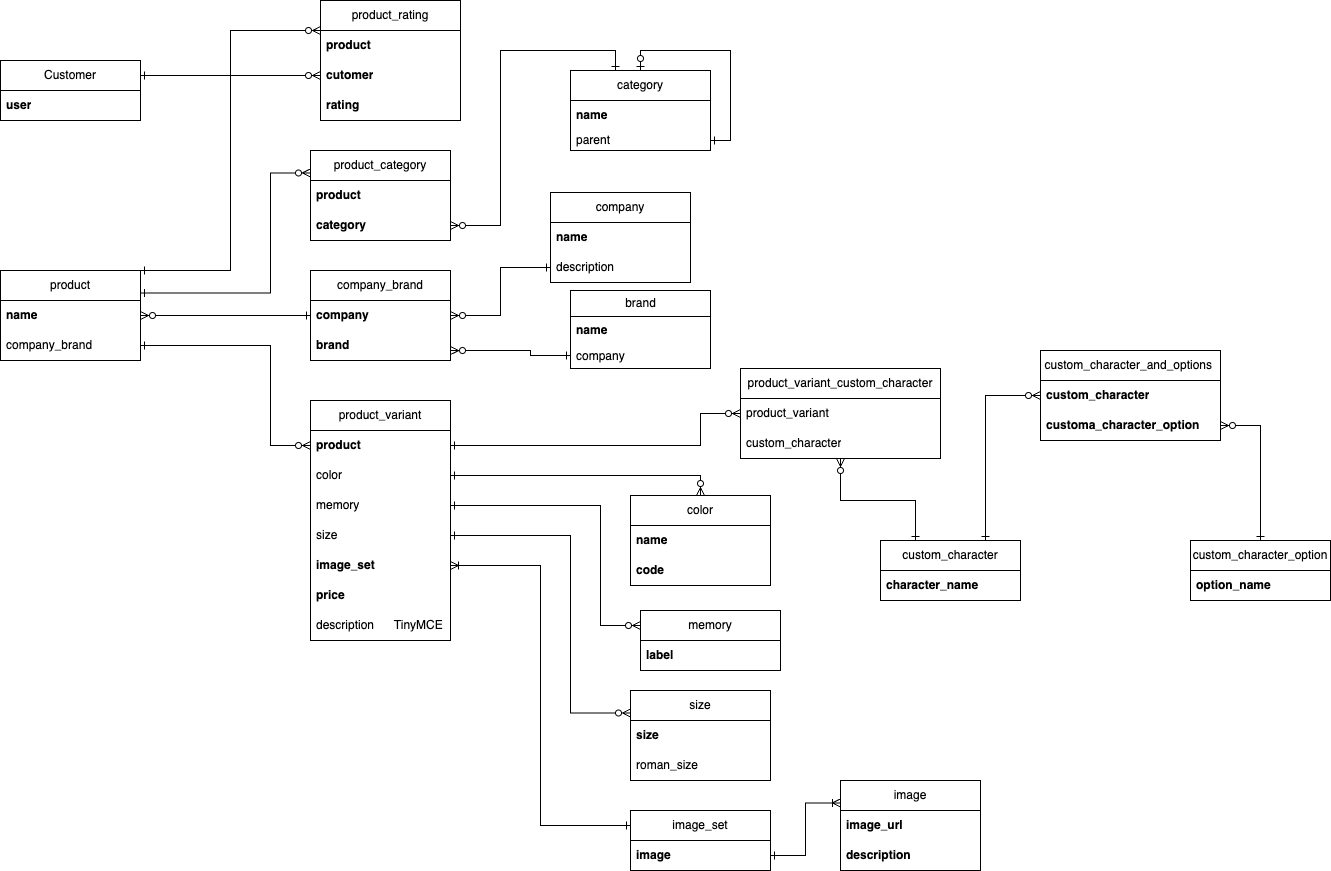
abror2142/my-site keeps this draw.io diagram as eCommerce.drawio.png. Above is the earlier version. Source tidied: cells renumbered, new cells last; positions are measured from the earlier drawing's top-left corner, leaving out a move shared by most shapes.
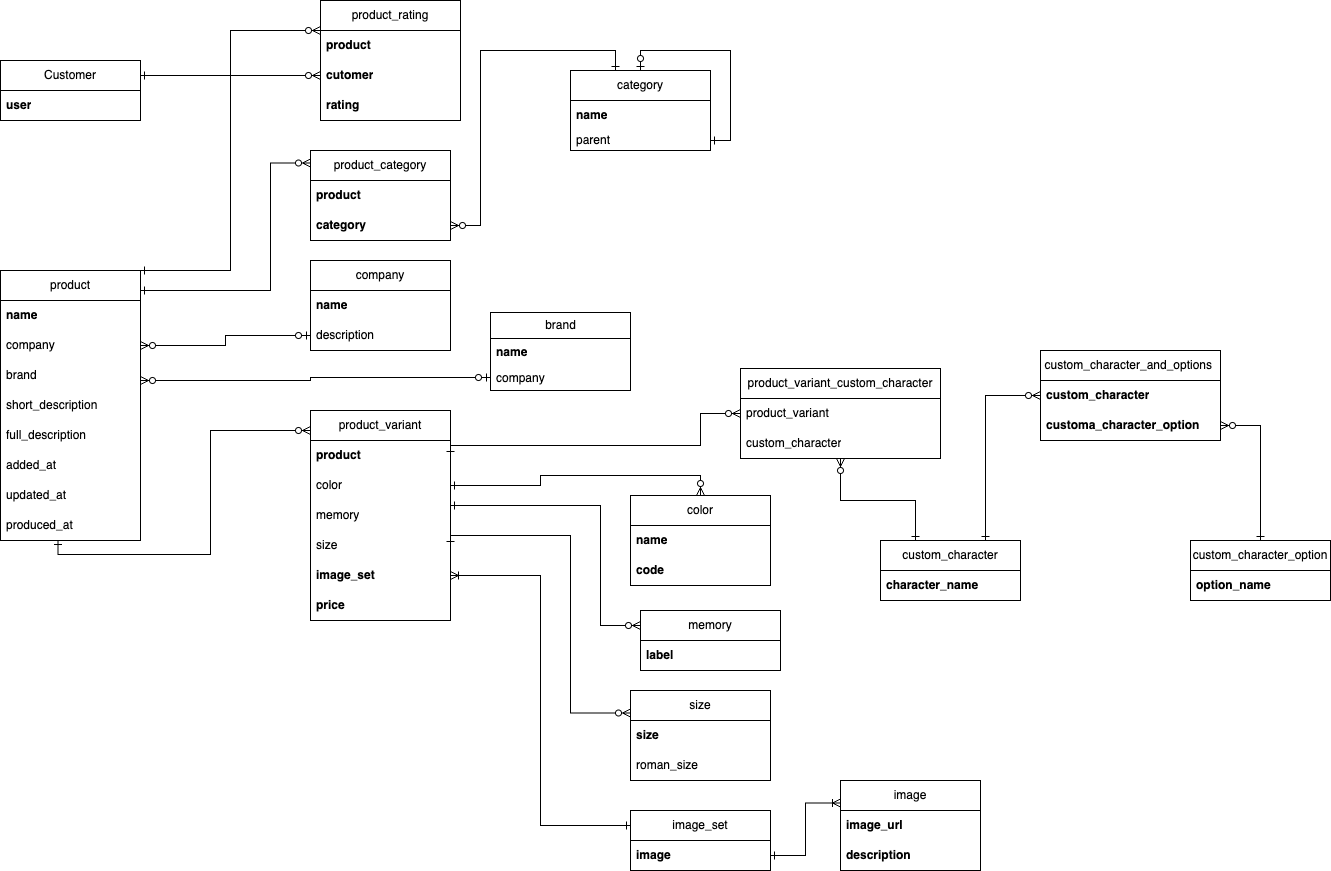
Above is the later version.

What changed in the source:
```diff
@@ -3,13 +3,31 @@
     <mxCell id="0" />
     <mxCell id="1" parent="0" />
     <mxCell id="2" value="p&lt;span style=&quot;background-color: initial;&quot;&gt;roduct&lt;/span&gt;" style="swimlane;fontStyle=0;horizontal=1;startSize=30;whiteSpace=wrap;html=1;" parent="1" vertex="1">
-      <mxGeometry y="270" width="140" height="90" as="geometry" />
+      <mxGeometry y="270" width="140" height="270" as="geometry" />
     </mxCell>
     <mxCell id="3" value="&lt;b&gt;name&lt;/b&gt;" style="text;strokeColor=none;fillColor=none;align=left;verticalAlign=middle;spacingLeft=4;spacingRight=4;overflow=hidden;points=[[0,0.5],[1,0.5]];portConstraint=eastwest;whiteSpace=wrap;html=1;" parent="2" vertex="1">
       <mxGeometry y="30" width="140" height="30" as="geometry" />
     </mxCell>
+    <mxCell id="45" value="company" style="text;strokeColor=none;fillColor=none;align=left;verticalAlign=middle;spacingLeft=4;spacingRight=4;overflow=hidden;points=[[0,0.5],[1,0.5]];portConstraint=eastwest;whiteSpace=wrap;html=1;" parent="2" vertex="1">
+      <mxGeometry y="60" width="140" height="30" as="geometry" />
+    </mxCell>
+    <mxCell id="46" value="brand" style="text;strokeColor=none;fillColor=none;align=left;verticalAlign=middle;spacingLeft=4;spacingRight=4;overflow=hidden;whiteSpace=wrap;html=1;" parent="2" vertex="1">
+      <mxGeometry y="90" width="140" height="30" as="geometry" />
+    </mxCell>
+    <mxCell id="75" value="short_description" style="text;strokeColor=none;fillColor=none;align=left;verticalAlign=middle;spacingLeft=4;spacingRight=4;overflow=hidden;whiteSpace=wrap;html=1;" parent="2" vertex="1">
+      <mxGeometry y="120" width="140" height="30" as="geometry" />
+    </mxCell>
+    <mxCell id="76" value="full_description" style="text;strokeColor=none;fillColor=none;align=left;verticalAlign=middle;spacingLeft=4;spacingRight=4;overflow=hidden;whiteSpace=wrap;html=1;" parent="2" vertex="1">
+      <mxGeometry y="150" width="140" height="30" as="geometry" />
+    </mxCell>
+    <mxCell id="77" value="added_at" style="text;strokeColor=none;fillColor=none;align=left;verticalAlign=middle;spacingLeft=4;spacingRight=4;overflow=hidden;whiteSpace=wrap;html=1;" parent="2" vertex="1">
+      <mxGeometry y="180" width="140" height="30" as="geometry" />
+    </mxCell>
+    <mxCell id="78" value="updated_at" style="text;strokeColor=none;fillColor=none;align=left;verticalAlign=middle;spacingLeft=4;spacingRight=4;overflow=hidden;whiteSpace=wrap;html=1;" parent="2" vertex="1">
+      <mxGeometry y="210" width="140" height="30" as="geometry" />
+    </mxCell>
-    <mxCell id="4" value="company_brand" style="text;strokeColor=none;fillColor=none;align=left;verticalAlign=middle;spacingLeft=4;spacingRight=4;overflow=hidden;points=[[0,0.5],[1,0.5]];portConstraint=eastwest;whiteSpace=wrap;html=1;" parent="2" vertex="1">
-      <mxGeometry y="60" width="140" height="30" as="geometry" />
+    <mxCell id="4" value="produced_at" style="text;strokeColor=none;fillColor=none;align=left;verticalAlign=middle;spacingLeft=4;spacingRight=4;overflow=hidden;points=[[0,0.5],[1,0.5]];portConstraint=eastwest;whiteSpace=wrap;html=1;" parent="2" vertex="1">
+      <mxGeometry y="240" width="140" height="30" as="geometry" />
     </mxCell>
     <mxCell id="5" value="memory" style="swimlane;fontStyle=0;horizontal=1;startSize=30;whiteSpace=wrap;html=1;" parent="1" vertex="1">
       <mxGeometry x="640" y="610" width="140" height="60" as="geometry" />
@@ -18,7 +36,7 @@
       <mxGeometry y="30" width="140" height="30" as="geometry" />
     </mxCell>
     <mxCell id="7" value="company" style="swimlane;fontStyle=0;horizontal=1;startSize=30;whiteSpace=wrap;html=1;" parent="1" vertex="1">
-      <mxGeometry x="550" y="192" width="140" height="90" as="geometry" />
+      <mxGeometry x="310" y="260" width="140" height="90" as="geometry" />
     </mxCell>
     <mxCell id="8" value="&lt;b&gt;name&lt;/b&gt;" style="text;strokeColor=none;fillColor=none;align=left;verticalAlign=middle;spacingLeft=4;spacingRight=4;overflow=hidden;whiteSpace=wrap;html=1;" parent="7" vertex="1">
       <mxGeometry y="30" width="140" height="30" as="geometry" />
@@ -27,7 +45,7 @@
       <mxGeometry y="60" width="140" height="30" as="geometry" />
     </mxCell>
     <mxCell id="10" value="brand" style="swimlane;fontStyle=0;horizontal=1;startSize=26;fillColor=none;html=1;" parent="1" vertex="1">
-      <mxGeometry x="570" y="290" width="140" height="78" as="geometry" />
+      <mxGeometry x="490" y="312" width="140" height="78" as="geometry" />
     </mxCell>
     <mxCell id="11" value="&lt;b&gt;name&lt;/b&gt;" style="text;strokeColor=none;fillColor=none;align=left;verticalAlign=top;spacingLeft=4;spacingRight=4;overflow=hidden;whiteSpace=wrap;html=1;" parent="10" vertex="1">
       <mxGeometry y="26" width="140" height="26" as="geometry" />
@@ -60,7 +78,7 @@
       <mxGeometry y="60" width="140" height="30" as="geometry" />
     </mxCell>
     <mxCell id="21" value="product_variant" style="swimlane;fontStyle=0;horizontal=1;startSize=30;whiteSpace=wrap;html=1;" parent="1" vertex="1">
-      <mxGeometry x="310" y="400" width="140" height="240" as="geometry" />
+      <mxGeometry x="310" y="410" width="140" height="210" as="geometry" />
     </mxCell>
     <mxCell id="22" value="&lt;b&gt;product&lt;/b&gt;" style="text;strokeColor=none;fillColor=none;align=left;verticalAlign=middle;spacingLeft=4;spacingRight=4;overflow=hidden;points=[[0,0.5],[1,0.5]];portConstraint=eastwest;whiteSpace=wrap;html=1;" parent="21" vertex="1">
       <mxGeometry y="30" width="140" height="30" as="geometry" />
@@ -80,9 +98,6 @@
     <mxCell id="27" value="&lt;b&gt;price&lt;/b&gt;" style="text;strokeColor=none;fillColor=none;align=left;verticalAlign=middle;spacingLeft=4;spacingRight=4;overflow=hidden;whiteSpace=wrap;html=1;" parent="21" vertex="1">
       <mxGeometry y="180" width="140" height="30" as="geometry" />
     </mxCell>
-    <mxCell id="28" value="description&amp;nbsp; &amp;nbsp; &amp;nbsp; TinyMCE" style="text;strokeColor=none;fillColor=none;align=left;verticalAlign=middle;spacingLeft=4;spacingRight=4;overflow=hidden;whiteSpace=wrap;html=1;" parent="21" vertex="1">
-      <mxGeometry y="210" width="140" height="30" as="geometry" />
-    </mxCell>
     <mxCell id="29" value="product_variant_custom_character" style="swimlane;fontStyle=0;horizontal=1;startSize=30;whiteSpace=wrap;html=1;" parent="1" vertex="1">
       <mxGeometry x="740" y="368" width="200" height="90" as="geometry" />
     </mxCell>
@@ -152,40 +167,26 @@
         </Array>
       </mxGeometry>
     </mxCell>
-    <mxCell id="44" value="company_brand" style="swimlane;fontStyle=0;horizontal=1;startSize=30;whiteSpace=wrap;html=1;" parent="1" vertex="1">
-      <mxGeometry x="310" y="270" width="140" height="90" as="geometry" />
-    </mxCell>
-    <mxCell id="45" value="&lt;b&gt;company&lt;/b&gt;" style="text;strokeColor=none;fillColor=none;align=left;verticalAlign=middle;spacingLeft=4;spacingRight=4;overflow=hidden;points=[[0,0.5],[1,0.5]];portConstraint=eastwest;whiteSpace=wrap;html=1;" parent="44" vertex="1">
-      <mxGeometry y="30" width="140" height="30" as="geometry" />
-    </mxCell>
-    <mxCell id="46" value="&lt;b&gt;brand&lt;/b&gt;" style="text;strokeColor=none;fillColor=none;align=left;verticalAlign=middle;spacingLeft=4;spacingRight=4;overflow=hidden;whiteSpace=wrap;html=1;" parent="44" vertex="1">
-      <mxGeometry y="60" width="140" height="30" as="geometry" />
-    </mxCell>
-    <mxCell id="47" style="edgeStyle=orthogonalEdgeStyle;rounded=0;jettySize=auto;html=1;entryX=0;entryY=0.5;entryDx=0;entryDy=0;endArrow=ERone;endFill=0;startArrow=ERzeroToMany;startFill=0;" parent="1" edge="1" source="45" target="9">
+    <mxCell id="47" style="edgeStyle=orthogonalEdgeStyle;rounded=0;jettySize=auto;html=1;entryX=0;entryY=0.5;entryDx=0;entryDy=0;endArrow=ERzeroToOne;endFill=0;startArrow=ERzeroToMany;startFill=0;" parent="1" edge="1" source="45" target="9">
       <mxGeometry relative="1" as="geometry" />
     </mxCell>
-    <mxCell id="48" style="edgeStyle=orthogonalEdgeStyle;rounded=0;jettySize=auto;html=1;endArrow=ERone;endFill=0;startArrow=ERzeroToMany;startFill=0;entryX=0;entryY=0.5;entryDx=0;entryDy=0;" parent="1" edge="1" target="12">
+    <mxCell id="48" style="edgeStyle=orthogonalEdgeStyle;rounded=0;jettySize=auto;html=1;endArrow=ERzeroToOne;endFill=0;startArrow=ERzeroToMany;startFill=0;entryX=0;entryY=0.5;entryDx=0;entryDy=0;" parent="1" edge="1" target="12">
       <mxGeometry relative="1" as="geometry">
-        <mxPoint x="450" y="350" as="sourcePoint" />
+        <mxPoint x="140" y="380" as="sourcePoint" />
         <Array as="points">
-          <mxPoint x="530" y="350" />
-          <mxPoint x="530" y="355" />
+          <mxPoint x="310" y="380" />
+          <mxPoint x="310" y="377" />
         </Array>
       </mxGeometry>
     </mxCell>
-    <mxCell id="49" style="edgeStyle=orthogonalEdgeStyle;rounded=0;jettySize=auto;html=1;startArrow=ERzeroToMany;startFill=0;endArrow=ERone;endFill=0;entryX=0;entryY=0.5;entryDx=0;entryDy=0;exitX=1;exitY=0.5;exitDx=0;exitDy=0;" parent="1" edge="1" source="3" target="45">
-      <mxGeometry relative="1" as="geometry">
-        <Array as="points">
-          <mxPoint x="200" y="315" />
-          <mxPoint x="200" y="315" />
-        </Array>
-      </mxGeometry>
-    </mxCell>
-    <mxCell id="50" style="edgeStyle=orthogonalEdgeStyle;rounded=0;jettySize=auto;html=1;entryX=1;entryY=0.25;entryDx=0;entryDy=0;endArrow=ERone;endFill=0;startArrow=ERzeroToMany;startFill=0;exitX=0;exitY=0.25;exitDx=0;exitDy=0;" parent="1" edge="1" source="51" target="2">
+    <mxCell id="50" style="edgeStyle=orthogonalEdgeStyle;rounded=0;orthogonalLoop=1;jettySize=auto;html=1;endArrow=ERone;endFill=0;startArrow=ERzeroToMany;startFill=0;exitX=0;exitY=0.25;exitDx=0;exitDy=0;" parent="1" edge="1">
       <mxGeometry relative="1" as="geometry">
+        <mxPoint x="310" y="162.5" as="sourcePoint" />
+        <mxPoint x="140" y="290" as="targetPoint" />
         <Array as="points">
-          <mxPoint x="270" y="173" />
-          <mxPoint x="270" y="293" />
+          <mxPoint x="270" y="163" />
+          <mxPoint x="270" y="290" />
+          <mxPoint x="140" y="290" />
         </Array>
       </mxGeometry>
     </mxCell>
@@ -210,11 +211,14 @@
     <mxCell id="57" value="parent" style="text;strokeColor=none;fillColor=none;align=left;verticalAlign=middle;spacingLeft=4;spacingRight=4;overflow=hidden;points=[[0,0.5],[1,0.5]];portConstraint=eastwest;whiteSpace=wrap;html=1;" parent="54" vertex="1">
       <mxGeometry y="60" width="140" height="20" as="geometry" />
     </mxCell>
-    <mxCell id="58" style="edgeStyle=orthogonalEdgeStyle;rounded=0;jettySize=auto;html=1;exitX=0;exitY=0.5;exitDx=0;exitDy=0;endArrow=ERone;endFill=0;startArrow=ERzeroToMany;startFill=0;entryX=1;entryY=0.5;entryDx=0;entryDy=0;" parent="1" edge="1" source="22" target="4">
+    <mxCell id="58" style="edgeStyle=orthogonalEdgeStyle;rounded=0;jettySize=auto;html=1;endArrow=ERone;endFill=0;startArrow=ERzeroToMany;startFill=0;entryX=0.411;entryY=1;entryDx=0;entryDy=0;entryPerimeter=0;" parent="1" edge="1" target="4">
       <mxGeometry relative="1" as="geometry">
+        <mxPoint x="310" y="430" as="sourcePoint" />
         <Array as="points">
-          <mxPoint x="270" y="445" />
-          <mxPoint x="270" y="345" />
+          <mxPoint x="310" y="430" />
+          <mxPoint x="210" y="430" />
+          <mxPoint x="210" y="554" />
+          <mxPoint x="58" y="554" />
         </Array>
       </mxGeometry>
     </mxCell>
@@ -222,8 +226,8 @@
       <mxGeometry relative="1" as="geometry">
         <mxPoint x="615" y="70" as="targetPoint" />
         <Array as="points">
-          <mxPoint x="500" y="225" />
-          <mxPoint x="500" y="50" />
+          <mxPoint x="480" y="225" />
+          <mxPoint x="480" y="50" />
           <mxPoint x="615" y="50" />
         </Array>
       </mxGeometry>
```
